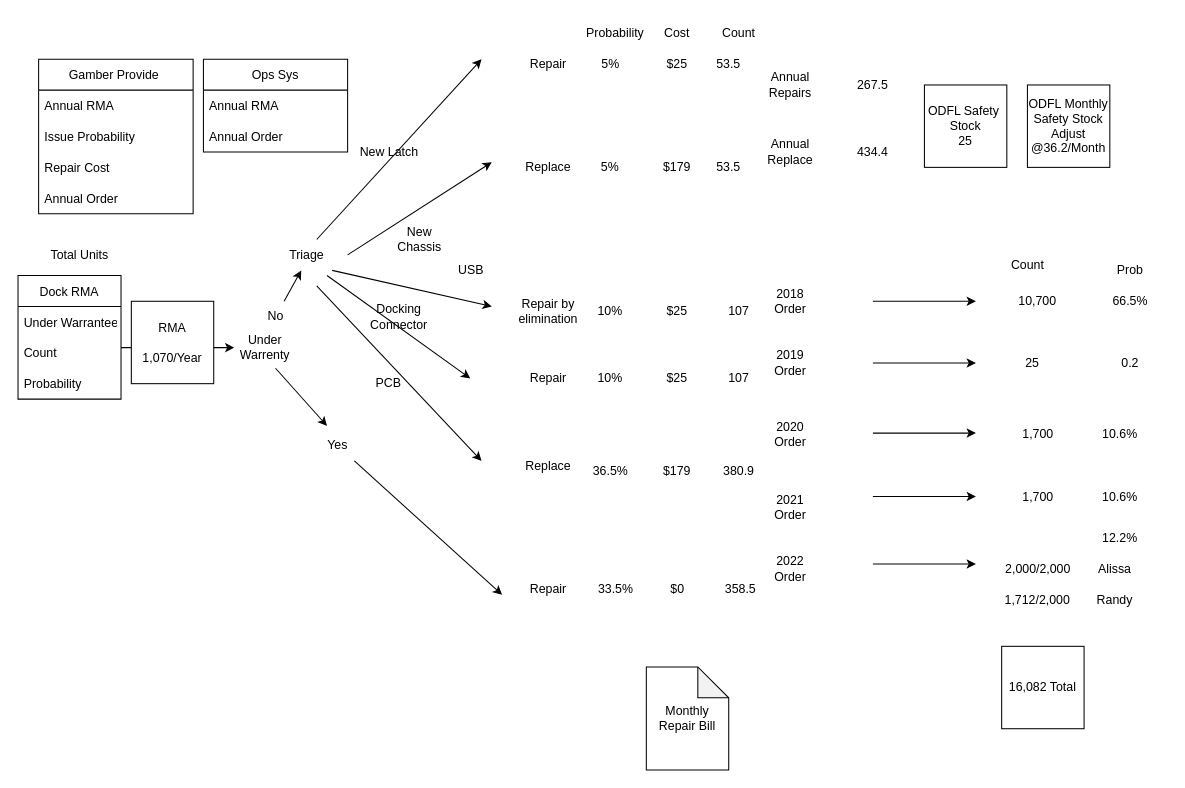
Earlier version of the draw.io diagram Gamber Replacement Latice.drawio (RustyTruck/plc4trucksduck). Source tidied: cells renumbered, new cells numbered last; positions are measured from the earlier drawing's top-left corner, leaving out a move shared by most shapes. Both pictures are drawn from the tidied source at 103%, with x=0, y=0 at pixel (18, 18).
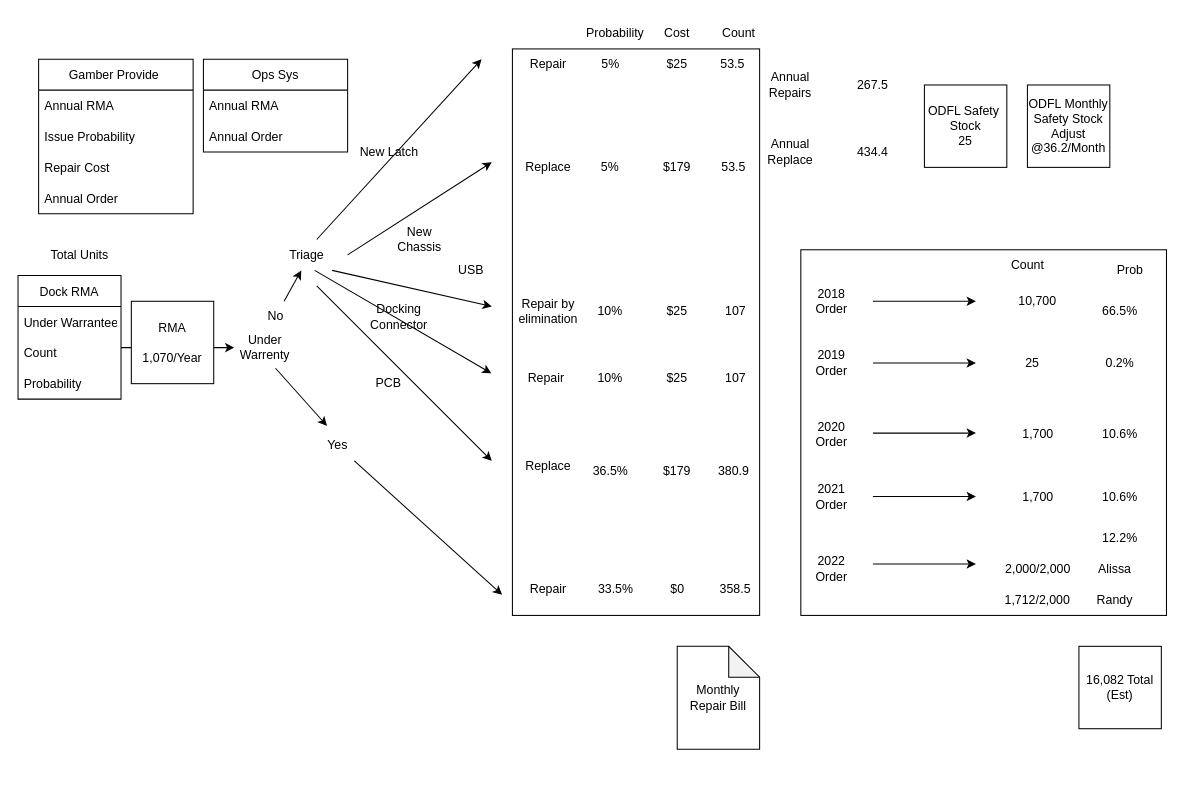
The same page after the edit.

The change refers to these unchanged cells:
```xml
<mxCell id="57" value="Triage" style="text;html=1;align=center;verticalAlign=middle;points=[];strokeColor=none;fillColor=none;" parent="1" vertex="1">
  <mxGeometry x="250" y="215" width="60" height="30" as="geometry" />
</mxCell>
```

Diff of the diagram source:
```diff
@@
+    <mxCell id="96" style="rounded=0;whiteSpace=wrap;html=1;" parent="1" vertex="1">
+      <mxGeometry x="480" y="30" width="240" height="550" as="geometry" />
+    </mxCell>
+    <mxCell id="97" style="whiteSpace=wrap;html=1;" parent="1" vertex="1">
+      <mxGeometry x="760" y="225" width="355" height="355" as="geometry" />
+    </mxCell>
@@
-    <mxCell id="8" style="endArrow=classic;html=1;rounded=0;" parent="1" edge="1">
+    <mxCell id="8" style="endArrow=classic;html=1;rounded=0;exitX=0.633;exitY=1;exitDx=0;exitDy=0;exitPerimeter=0;" parent="1" edge="1" source="57">
       <mxGeometry relative="1" as="geometry">
-        <mxPoint x="300" y="250" as="sourcePoint" />
-        <mxPoint x="439.1" y="350" as="targetPoint" />
+        <mxPoint x="459.6" y="345" as="targetPoint" />
       </mxGeometry>
     </mxCell>
@@
     <mxCell id="17" style="endArrow=classic;html=1;rounded=0;" parent="1" edge="1">
       <mxGeometry relative="1" as="geometry">
         <mxPoint x="290" y="260" as="sourcePoint" />
-        <mxPoint x="450" y="430" as="targetPoint" />
+        <mxPoint x="460" y="430" as="targetPoint" />
       </mxGeometry>
     </mxCell>
@@
     <mxCell id="23" value="Repair" style="text;html=1;strokeColor=none;fillColor=none;align=center;verticalAlign=middle;whiteSpace=wrap;rounded=0;" parent="1" vertex="1">
-      <mxGeometry x="485" y="335" width="60" height="30" as="geometry" />
+      <mxGeometry x="483" y="335" width="60" height="30" as="geometry" />
     </mxCell>
@@
     <mxCell id="30" value="2018 Order" style="text;html=1;strokeColor=none;fillColor=none;align=center;verticalAlign=middle;whiteSpace=wrap;rounded=0;" parent="1" vertex="1">
-      <mxGeometry x="720" y="260" width="60" height="30" as="geometry" />
+      <mxGeometry x="760" y="260" width="60" height="30" as="geometry" />
     </mxCell>
@@
     <mxCell id="32" value="2019&lt;br&gt;Order" style="text;html=1;strokeColor=none;fillColor=none;align=center;verticalAlign=middle;whiteSpace=wrap;rounded=0;" parent="1" vertex="1">
-      <mxGeometry x="720" y="320" width="60" height="30" as="geometry" />
+      <mxGeometry x="760" y="320" width="60" height="30" as="geometry" />
     </mxCell>
@@
     <mxCell id="35" value="2020 Order" style="text;html=1;strokeColor=none;fillColor=none;align=center;verticalAlign=middle;whiteSpace=wrap;rounded=0;" parent="1" vertex="1">
-      <mxGeometry x="720" y="389" width="60" height="30" as="geometry" />
+      <mxGeometry x="760" y="389" width="60" height="30" as="geometry" />
     </mxCell>
     <mxCell id="36" value="2021&lt;br&gt;Order" style="text;html=1;strokeColor=none;fillColor=none;align=center;verticalAlign=middle;whiteSpace=wrap;rounded=0;" parent="1" vertex="1">
-      <mxGeometry x="720" y="460" width="60" height="30" as="geometry" />
+      <mxGeometry x="760" y="450" width="60" height="30" as="geometry" />
     </mxCell>
     <mxCell id="37" value="2022&lt;br&gt;Order" style="text;html=1;strokeColor=none;fillColor=none;align=center;verticalAlign=middle;whiteSpace=wrap;rounded=0;" parent="1" vertex="1">
-      <mxGeometry x="720" y="520" width="60" height="30" as="geometry" />
+      <mxGeometry x="760" y="520" width="60" height="30" as="geometry" />
     </mxCell>
@@
     <mxCell id="60" value="Monthly Repair Bill" style="shape=note;whiteSpace=wrap;html=1;backgroundOutline=1;darkOpacity=0.05;" parent="1" vertex="1">
-      <mxGeometry x="610" y="630" width="80" height="100" as="geometry" />
+      <mxGeometry x="640" y="610" width="80" height="100" as="geometry" />
     </mxCell>
@@
-    <mxCell id="78" value="16,082 Total" style="whiteSpace=wrap;html=1;" parent="1" vertex="1">
-      <mxGeometry x="955" y="610" width="80" height="80" as="geometry" />
+    <mxCell id="78" value="16,082 Total&lt;br&gt;(Est)" style="whiteSpace=wrap;html=1;" parent="1" vertex="1">
+      <mxGeometry x="1030" y="610" width="80" height="80" as="geometry" />
     </mxCell>
@@
     <mxCell id="81" value="66.5%" style="text;html=1;strokeColor=none;fillColor=none;align=center;verticalAlign=middle;whiteSpace=wrap;rounded=0;" parent="1" vertex="1">
-      <mxGeometry x="1050" y="260" width="60" height="30" as="geometry" />
+      <mxGeometry x="1040" y="270" width="60" height="30" as="geometry" />
     </mxCell>
-    <mxCell id="82" value="0.2&lt;br&gt;" style="text;html=1;strokeColor=none;fillColor=none;align=center;verticalAlign=middle;whiteSpace=wrap;rounded=0;" parent="1" vertex="1">
-      <mxGeometry x="1050" y="320" width="60" height="30" as="geometry" />
+    <mxCell id="82" value="0.2%" style="text;html=1;strokeColor=none;fillColor=none;align=center;verticalAlign=middle;whiteSpace=wrap;rounded=0;" parent="1" vertex="1">
+      <mxGeometry x="1040" y="320" width="60" height="30" as="geometry" />
     </mxCell>
@@
     <mxCell id="87" value="53.5" style="text;html=1;strokeColor=none;fillColor=none;align=center;verticalAlign=middle;whiteSpace=wrap;rounded=0;" parent="1" vertex="1">
-      <mxGeometry x="660" y="30" width="60" height="30" as="geometry" />
+      <mxGeometry x="664" y="30" width="60" height="30" as="geometry" />
     </mxCell>
     <mxCell id="88" value="53.5" style="text;html=1;strokeColor=none;fillColor=none;align=center;verticalAlign=middle;whiteSpace=wrap;rounded=0;" parent="1" vertex="1">
-      <mxGeometry x="660" y="130" width="60" height="30" as="geometry" />
+      <mxGeometry x="665" y="130" width="60" height="30" as="geometry" />
     </mxCell>
     <mxCell id="89" value="107" style="text;html=1;strokeColor=none;fillColor=none;align=center;verticalAlign=middle;whiteSpace=wrap;rounded=0;" parent="1" vertex="1">
-      <mxGeometry x="670" y="270" width="60" height="30" as="geometry" />
+      <mxGeometry x="667" y="270" width="60" height="30" as="geometry" />
     </mxCell>
     <mxCell id="90" value="107" style="text;html=1;strokeColor=none;fillColor=none;align=center;verticalAlign=middle;whiteSpace=wrap;rounded=0;" parent="1" vertex="1">
-      <mxGeometry x="670" y="335" width="60" height="30" as="geometry" />
+      <mxGeometry x="667" y="335" width="60" height="30" as="geometry" />
     </mxCell>
     <mxCell id="91" value="380.9" style="text;html=1;strokeColor=none;fillColor=none;align=center;verticalAlign=middle;whiteSpace=wrap;rounded=0;" parent="1" vertex="1">
-      <mxGeometry x="670" y="425" width="60" height="30" as="geometry" />
+      <mxGeometry x="665" y="425" width="60" height="30" as="geometry" />
     </mxCell>
     <mxCell id="92" value="&amp;nbsp;358.5" style="text;html=1;strokeColor=none;fillColor=none;align=center;verticalAlign=middle;whiteSpace=wrap;rounded=0;" parent="1" vertex="1">
-      <mxGeometry x="670" y="540" width="60" height="30" as="geometry" />
+      <mxGeometry x="665" y="540" width="60" height="30" as="geometry" />
     </mxCell>
```
